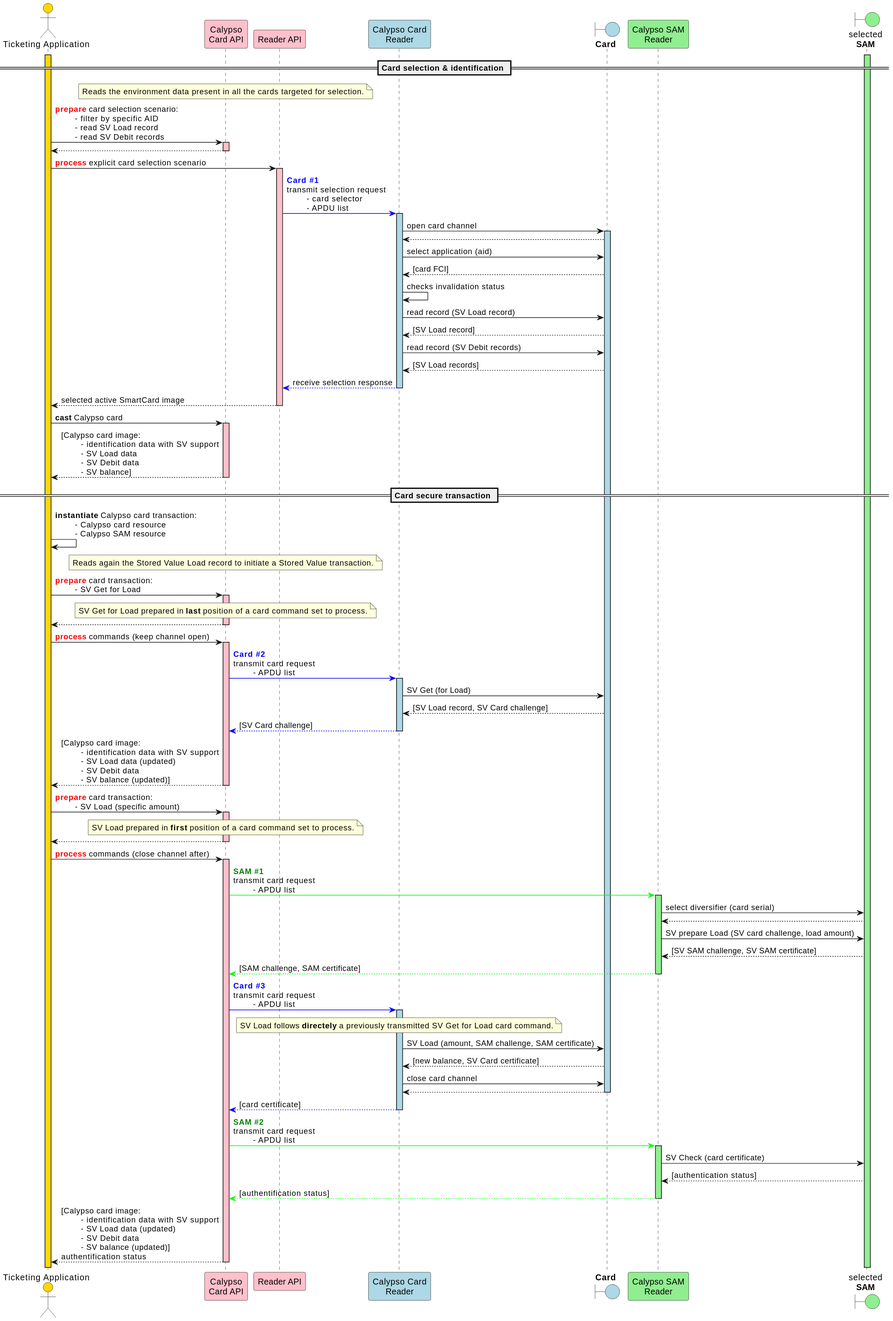
Above: static/media/specifications/calypso_transaction_standalone_SV_operation_sequence_diagram.svg in calypsonet/calypsonet-terminal-api-website (PlantUML), before the change.
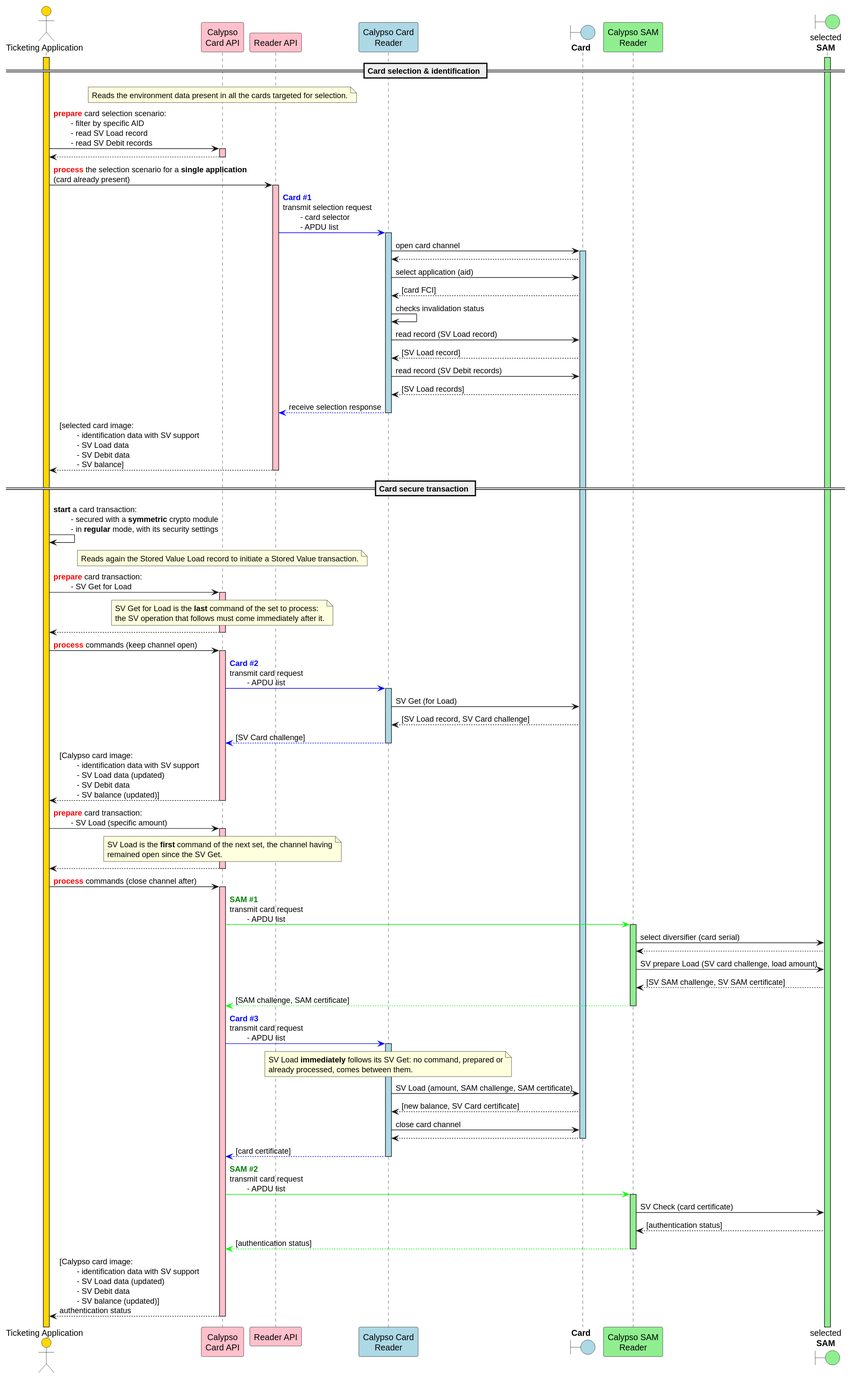
Above is the later version.

What changed in the source:
```diff
@@ -52,7 +52,7 @@
 capi-->app
 deactivate capi
 
-app->rapi: <font color=red>**process**</font> explicit card selection scenario
+app->rapi: <font color=red>**process**</font> the selection scenario for a **single application**\n(card already present)
 activate rapi  #pink
 rapi-[#0000FF]>cardReader: <font color=blue>**Card #1**</font>\ntransmit selection request\n\t- card selector\n\t- APDU list
 activate cardReader #lightBlue
@@ -72,18 +72,12 @@
 cardReader--[#0000FF]>rapi: receive selection response
 deactivate cardReader
 
-rapi-->app: selected active SmartCard image
+rapi-->app: [selected card image:\n\t- identification data with SV support\n\t- SV Load data\n\t- SV Debit data\n\t- SV balance]
 deactivate rapi
-
-app->capi: **cast** Calypso card
-activate capi  #pink
-capi-->app: [Calypso card image:\n\t- identification data with SV support\n\t- SV Load data\n\t- SV Debit data\n\t- SV balance]
-
-deactivate capi
 
 == Card secure transaction ==
 
-app->app: **instantiate** Calypso card transaction:\n\t- Calypso card resource\n\t- Calypso SAM resource
+app->app: **start** a card transaction:\n\t- secured with a **symmetric** crypto module\n\t- in **regular** mode, with its security settings
 
 note over capi
     Reads again the Stored Value Load record to initiate a Stored Value transaction.
@@ -92,7 +86,8 @@
 app->capi: <font color=red>**prepare**</font> card transaction:\n\t- SV Get for Load
 activate capi  #pink
 note over capi
-    SV Get for Load prepared in **last** position of a card command set to process.
+    SV Get for Load is the **last** command of the set to process:
+    the SV operation that follows must come immediately after it.
 end note
 capi-->app
 deactivate capi
@@ -115,7 +110,8 @@
 app->capi: <font color=red>**prepare**</font> card transaction:\n\t- SV Load (specific amount)
 activate capi  #pink
 note over capi
-    SV Load prepared in **first** position of a card command set to process.
+    SV Load is the **first** command of the next set, the channel having
+    remained open since the SV Get.
 end note
 capi-->app
 deactivate capi
@@ -138,7 +134,8 @@
 activate cardReader #lightBlue
 
 note over cardReader
-    SV Load follows **directely** a previously transmitted SV Get for Load card command.
+    SV Load **immediately** follows its SV Get: no command, prepared or
+    already processed, comes between them.
 end note
     cardReader->card: SV Load (amount, SAM challenge, SAM certificate)
     card-->cardReader: [new balance, SV Card certificate]
@@ -155,9 +152,9 @@
 samReader->sam: SV Check (card certificate)
 sam-->samReader: [authentication status]
 
-samReader-[#00FF00]->capi: [authentification status]
+samReader-[#00FF00]->capi: [authentication status]
 deactivate samReader
 
-capi-->app: [Calypso card image:\n\t- identification data with SV support\n\t- SV Load data (updated)\n\t- SV Debit data\n\t- SV balance (updated)]\nauthentification status
+capi-->app: [Calypso card image:\n\t- identification data with SV support\n\t- SV Load data (updated)\n\t- SV Debit data\n\t- SV balance (updated)]\nauthentication status
 deactivate capi
 @enduml
```
